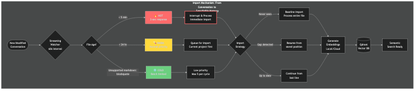
Above: docs/diagrams/import-architecture.png in ramccor/claude-self-reflect (Mermaid), before the change. Its source is kept beside it as docs/diagrams/import-architecture.mmd.
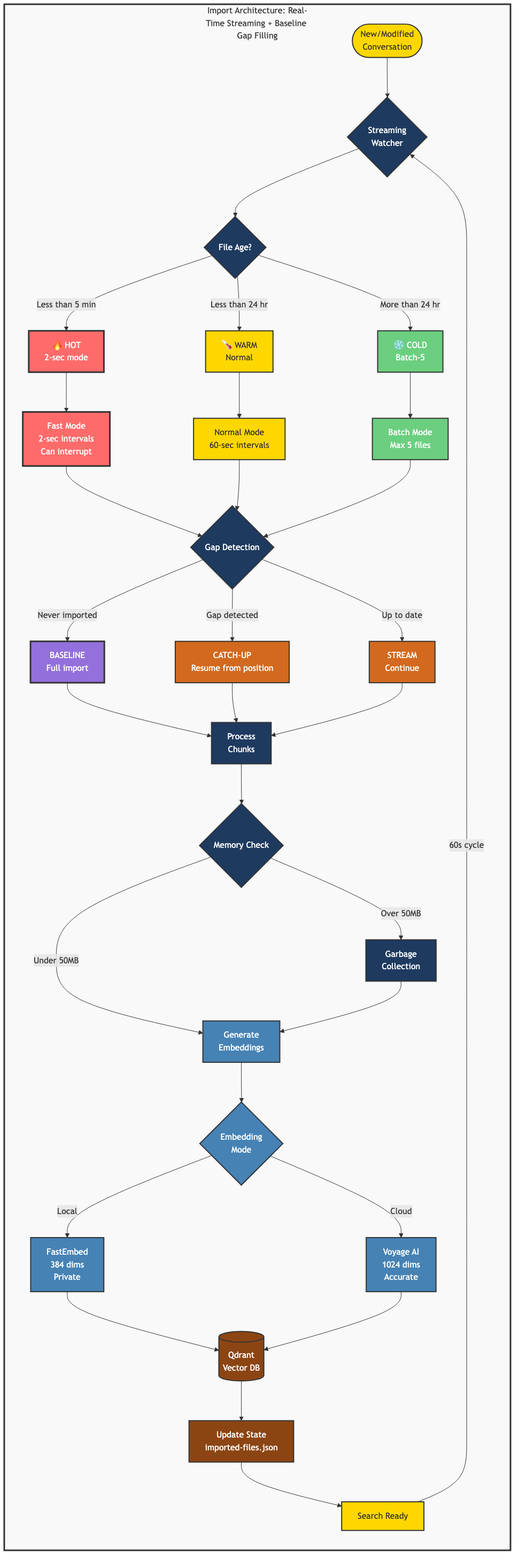
Above is the later version.

Commit message:
fix: use PNG image for import architecture diagram in README

Change to the diagram source:
```diff
@@ -1,41 +1,64 @@
-flowchart TB
-    subgraph "Real-Time Import System"
+flowchart LR
+    subgraph System["Import Architecture: Real-Time Streaming + Baseline Gap Filling"]
         NewFile([New/Modified<br/>Conversation]) --> Watcher{Streaming<br/>Watcher}
 
-        Watcher -->|Every 60s| Check[Check Files]
-        Check --> Priority{File Age?}
+        Watcher --> Priority{File Age?}
 
-        Priority -->|< 5 min| Hot[🔥 HOT<br/>2-sec mode]
-        Priority -->|< 24 hr| Warm[🌡️ WARM<br/>Normal]
-        Priority -->|> 24 hr| Cold[❄️ COLD<br/>Batch-5]
+        Priority -->|Less than 5 min| Hot[🔥 HOT<br/>2-sec mode]
+        Priority -->|Less than 24 hr| Warm[🌡️ WARM<br/>Normal]
+        Priority -->|More than 24 hr| Cold[❄️ COLD<br/>Batch-5]
 
-        Hot --> FastMode[Fast Mode<br/>2-sec intervals<br/>Can interrupt]
-        Warm --> NormalMode[Normal Mode<br/>60-sec intervals]
-        Cold --> BatchMode[Batch Mode<br/>Max 5 files]
+        Hot --> Fast[Fast Mode<br/>2-sec intervals<br/>Can interrupt]
+        Warm --> Normal[Normal Mode<br/>60-sec intervals]
+        Cold --> Batch[Batch Mode<br/>Max 5 files]
 
-        FastMode --> Import{Import<br/>Strategy}
-        NormalMode --> Import
-        BatchMode --> Import
+        Fast --> Gap{Gap Detection}
+        Normal --> Gap
+        Batch --> Gap
 
-        Import -->|Never seen| Full[Baseline Import<br/>From start]
-        Import -->|Gap > 100 lines| Catchup[Catch-up Import<br/>From position]
-        Import -->|Small changes| Stream[Stream Import<br/>Continue]
+        Gap -->|Never imported| Base[BASELINE<br/>Full import]
+        Gap -->|Gap detected| Catch[CATCH-UP<br/>Resume from position]
+        Gap -->|Up to date| Str[STREAM<br/>Continue]
 
-        Full --> Process[Process<br/>& Embed]
-        Catchup --> Process
-        Stream --> Process
+        Base --> Proc[Process<br/>Chunks]
+        Catch --> Proc
+        Str --> Proc
 
-        Process --> Memory{Memory<br/>< 50MB?}
-        Memory -->|Yes| Store[(Qdrant<br/>Vector DB)]
-        Memory -->|No| GC[Garbage<br/>Collect]
+        Proc --> Mem{Memory Check}
+        Mem -->|Under 50MB| Emb[Generate<br/>Embeddings]
+        Mem -->|Over 50MB| GC[Garbage<br/>Collection]
+        GC --> Emb
 
-        GC --> Store
-        Store --> State[Update State]
-        State --> Wait[Wait for<br/>next cycle]
-        Wait --> Watcher
+        Emb --> Type{Embedding<br/>Mode}
+        Type -->|Local| Loc[FastEmbed<br/>384 dims<br/>Private]
+        Type -->|Cloud| Cld[Voyage AI<br/>1024 dims<br/>Accurate]
 
-        style Hot fill:#ff6b6b
-        style Warm fill:#ffd93d
-        style Cold fill:#6bcf7f
-        style FastMode stroke:#ff6b6b,stroke-width:3px
+        Loc --> DB[(Qdrant<br/>Vector DB)]
+        Cld --> DB
+
+        DB --> State[Update State<br/>imported-files.json]
+        State --> Ready[Search Ready]
+        Ready -->|60s cycle| Watcher
+
+        classDef hotStyle fill:#ff6b6b,stroke:#333,stroke-width:3px,color:#fff
+        classDef warmStyle fill:#FFD700,stroke:#333,stroke-width:2px,color:#333
+        classDef coldStyle fill:#6bcf7f,stroke:#333,stroke-width:2px,color:#fff
+        classDef processStyle fill:#1e3a5f,stroke:#333,stroke-width:2px,color:#fff
+        classDef importStyle fill:#D2691E,stroke:#333,stroke-width:2px,color:#fff
+        classDef storageStyle fill:#8B4513,stroke:#333,stroke-width:2px,color:#fff
+        classDef baselineStyle fill:#9370DB,stroke:#333,stroke-width:3px,color:#fff
+        classDef embedStyle fill:#4682B4,stroke:#333,stroke-width:2px,color:#fff
+
+        class Hot,Fast hotStyle
+        class Warm,Normal warmStyle
+        class Cold,Batch coldStyle
+        class Base baselineStyle
+        class Catch,Str importStyle
+        class Proc,Mem,GC processStyle
+        class Loc,Cld,Emb,Type embedStyle
+        class DB,State storageStyle
+        class Watcher,Priority,Gap processStyle
+        class NewFile,Ready warmStyle
+
+        style System fill:#f9f9f9,stroke:#333,stroke-width:3px
     end
```
